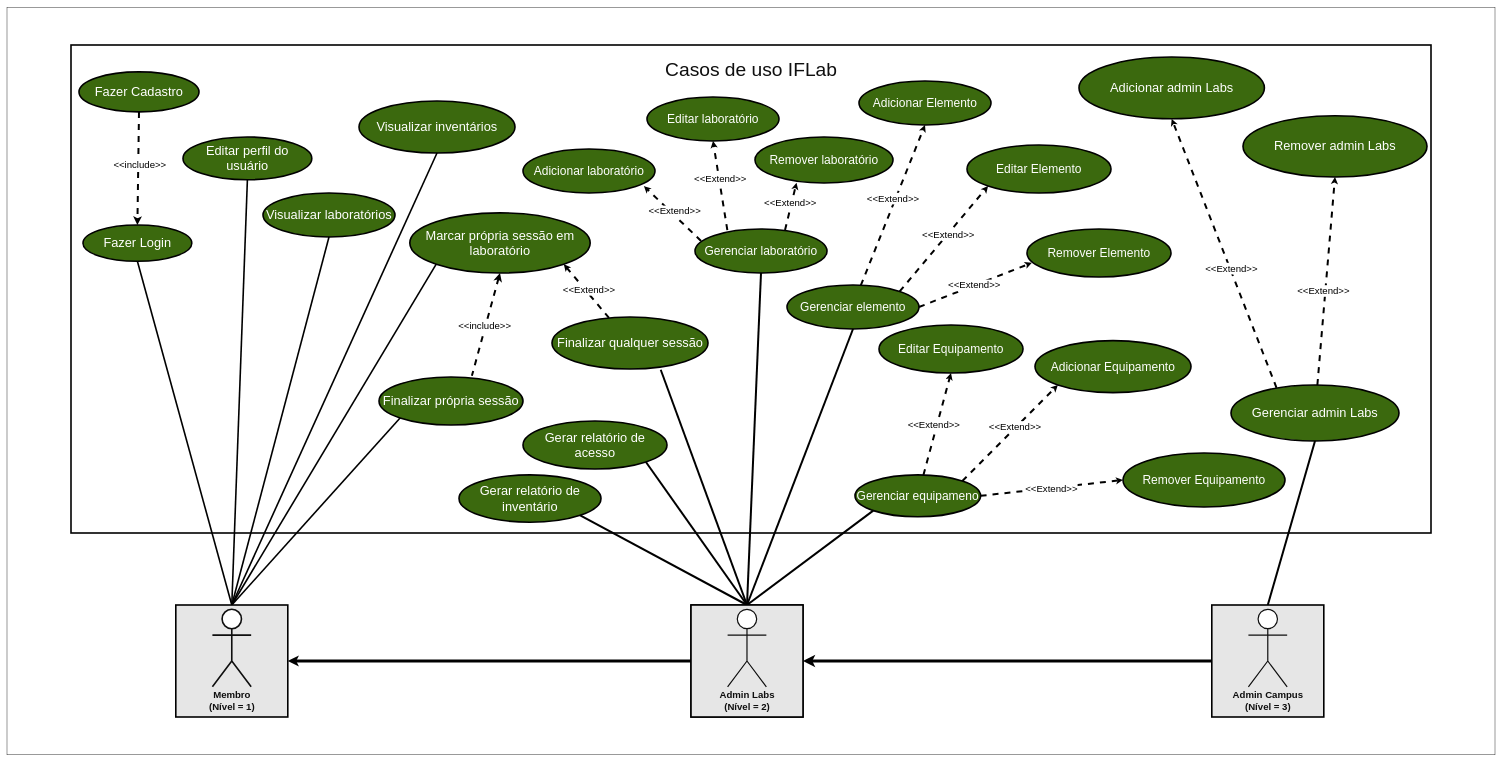
Earlier version of the draw.io diagram diagrams/usecase.drawio (MatheusCamargoGinebro/APIFlab). Source tidied: cells renumbered, new cells numbered last; positions are measured from the earlier drawing's top-left corner, leaving out a move shared by most shapes. Both pictures are drawn from the tidied source at 40%, with x=0, y=0 at pixel (7, 7).
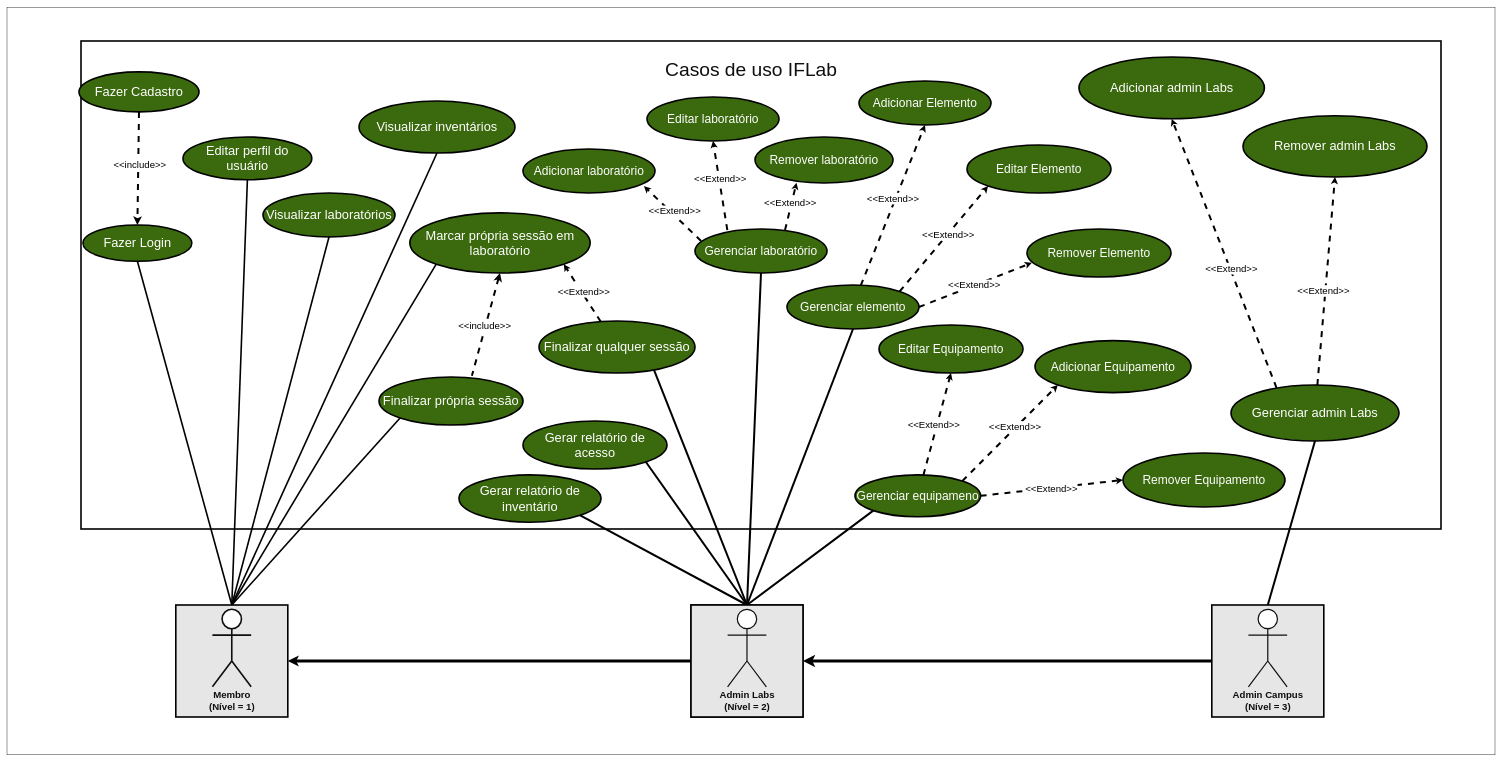
The same page after the edit.

The change refers to these unchanged cells:
```xml
<mxCell id="63" style="whiteSpace=wrap;html=1;shadow=0;glass=0;rounded=0;strokeWidth=4;fillColor=#E6E6E6;" parent="62" vertex="1">
  <mxGeometry width="280" height="280" as="geometry" />
</mxCell>
```

The edit, as a diff of the source:
```diff
@@
     <mxCell id="3" style="whiteSpace=wrap;html=1;rounded=0;strokeWidth=4;fillColor=default;" parent="1" vertex="1">
-      <mxGeometry x="160" y="94" width="3400" height="1220" as="geometry" />
+      <mxGeometry x="185" y="84" width="3400" height="1220" as="geometry" />
     </mxCell>
@@
     <mxCell id="19" value="Finalizar qualquer sessão" style="ellipse;whiteSpace=wrap;html=1;fontSize=32;fillColor=#3B690E;fontColor=#ffffff;strokeColor=#000000;strokeWidth=4;" parent="1" vertex="1">
-      <mxGeometry x="1362.5" y="774" width="390" height="130" as="geometry" />
+      <mxGeometry x="1330" y="784" width="390" height="130" as="geometry" />
     </mxCell>
-    <mxCell id="20" style="html=1;entryX=0.697;entryY=1.015;entryDx=0;entryDy=0;labelBackgroundColor=default;strokeWidth=5;fontSize=25;endArrow=none;endFill=0;startSize=6;endSize=2;elbow=vertical;exitX=0.5;exitY=0;exitDx=0;exitDy=0;entryPerimeter=0;" parent="1" edge="1" source="63" target="19">
+    <mxCell id="20" style="html=1;entryX=0.737;entryY=0.941;entryDx=0;entryDy=0;labelBackgroundColor=default;strokeWidth=5;fontSize=25;endArrow=none;endFill=0;startSize=6;endSize=2;elbow=vertical;exitX=0.5;exitY=0;exitDx=0;exitDy=0;entryPerimeter=0;" parent="1" edge="1" source="63" target="19">
       <mxGeometry relative="1" as="geometry" />
     </mxCell>
```
